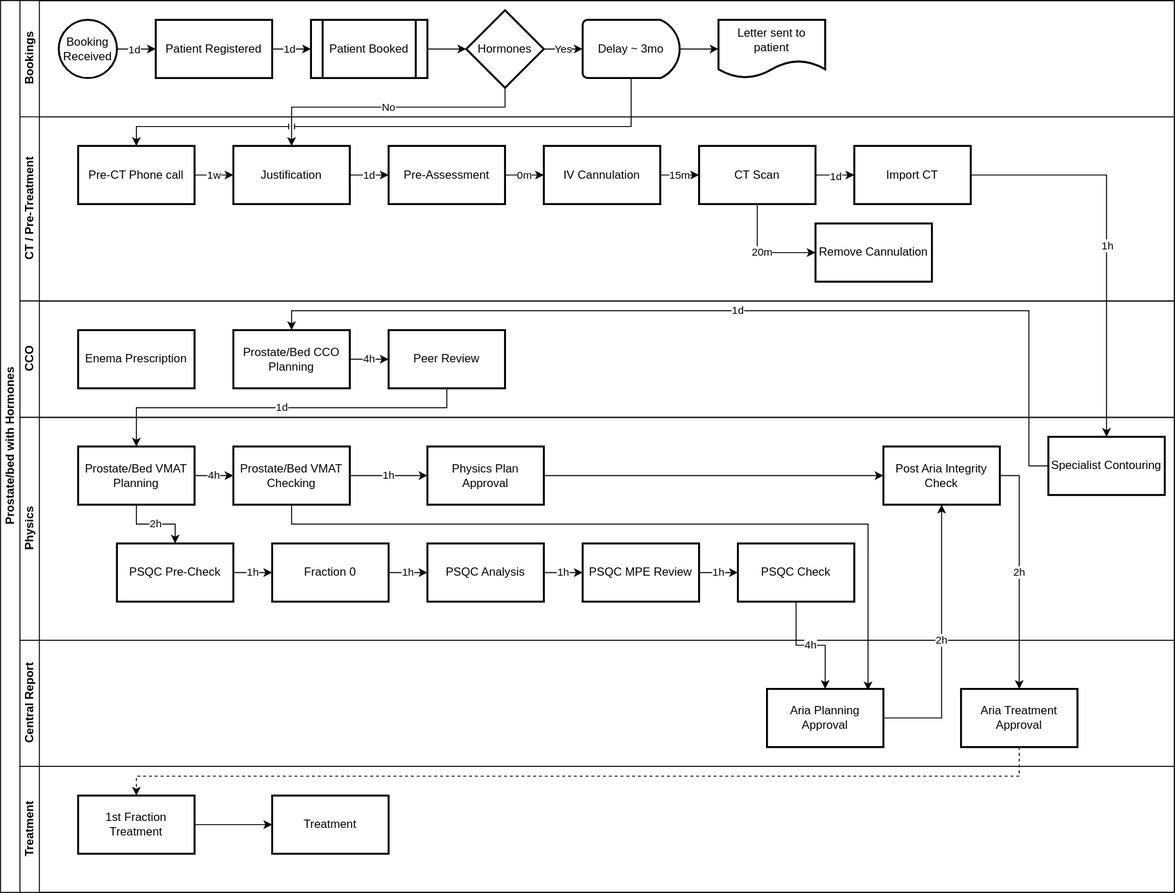
MCollins87/CarePathReview keeps this draw.io diagram as Assets/ProstateNodes_Hormone.svg. Above is the earlier version. Source tidied: cells renumbered, new cells last; positions are measured from the earlier drawing's top-left corner, leaving out a move shared by most shapes.
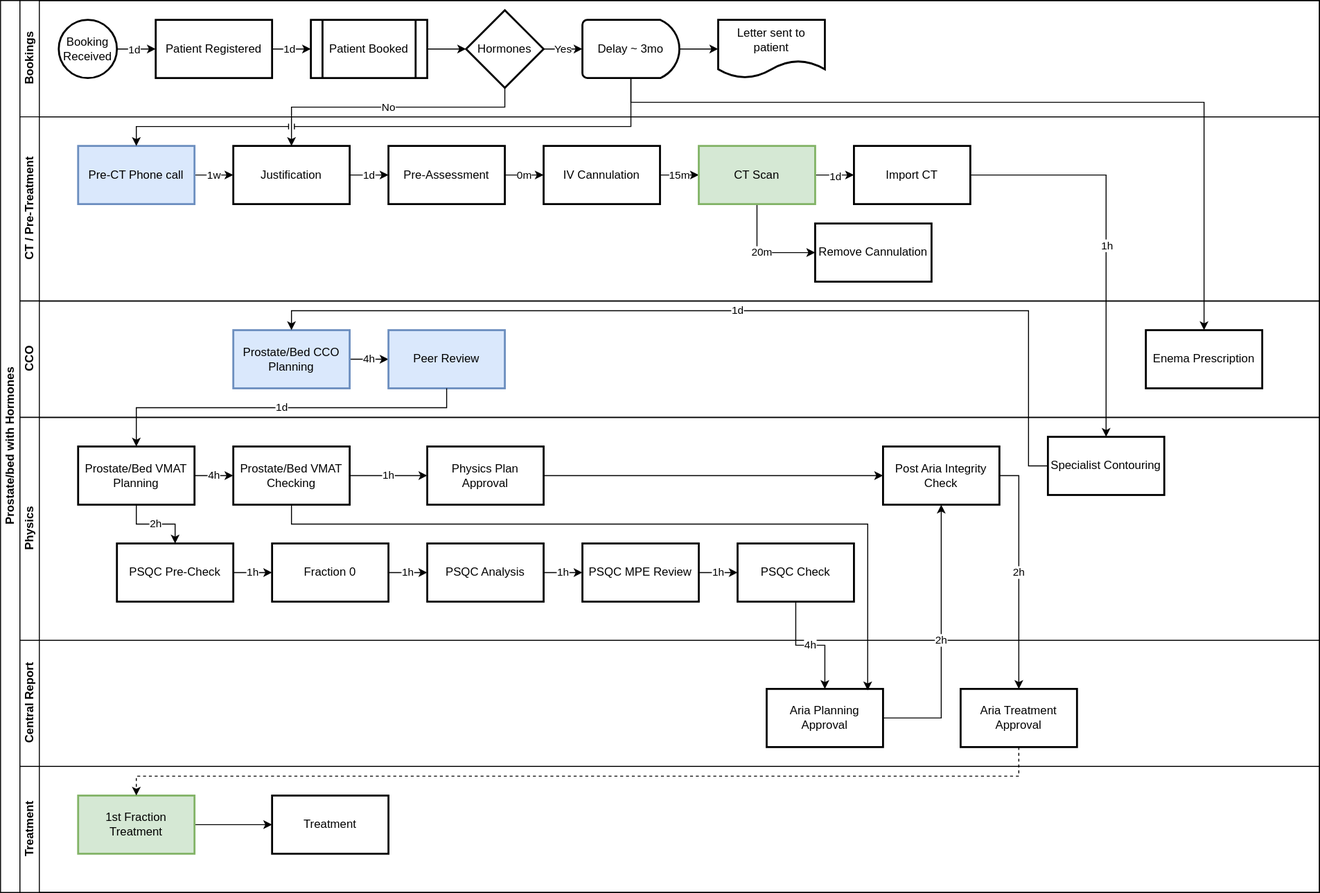
The same diagram one commit later.

The edit, as a diff of the source:
```diff
@@ -3,10 +3,10 @@
     <mxCell id="0" />
     <mxCell id="1" parent="0" />
     <mxCell id="2" value="Prostate/bed with Hormones" style="swimlane;html=1;horizontal=0;startSize=20;" parent="1" vertex="1">
-      <mxGeometry width="1210" height="920" as="geometry" />
+      <mxGeometry width="1360" height="920" as="geometry" />
     </mxCell>
     <mxCell id="3" value="Bookings" style="swimlane;html=1;startSize=20;horizontal=0;" parent="2" vertex="1">
-      <mxGeometry x="20" width="1190" height="120" as="geometry" />
+      <mxGeometry x="20" width="1340" height="120" as="geometry" />
     </mxCell>
     <mxCell id="4" style="edgeStyle=orthogonalEdgeStyle;rounded=0;jettySize=auto;html=1;" parent="3" edge="1" source="6" target="9">
       <mxGeometry relative="1" as="geometry" />
@@ -48,12 +48,12 @@
       <mxGeometry relative="1" as="geometry" />
     </mxCell>
     <mxCell id="17" value="CT / Pre-Treatment" style="swimlane;html=1;startSize=20;horizontal=0;" parent="2" vertex="1">
-      <mxGeometry x="20" y="120" width="1190" height="190" as="geometry" />
+      <mxGeometry x="20" y="120" width="1340" height="190" as="geometry" />
     </mxCell>
     <mxCell id="18" value="1w" style="edgeStyle=orthogonalEdgeStyle;rounded=0;jettySize=auto;html=1;" parent="17" edge="1" source="19" target="21">
       <mxGeometry relative="1" as="geometry" />
     </mxCell>
-    <mxCell id="19" value="Pre-CT Phone call" style="whiteSpace=wrap;html=1;strokeWidth=2;" parent="17" vertex="1">
+    <mxCell id="19" value="Pre-CT Phone call" style="whiteSpace=wrap;html=1;strokeWidth=2;fillColor=#dae8fc;strokeColor=#6c8ebf;" parent="17" vertex="1">
       <mxGeometry x="60" y="30" width="120" height="60" as="geometry" />
     </mxCell>
     <mxCell id="20" value="1d" style="edgeStyle=orthogonalEdgeStyle;rounded=0;jettySize=auto;html=1;" parent="17" edge="1" source="21" target="23">
@@ -77,7 +77,7 @@
     <mxCell id="26" value="20m" style="edgeStyle=orthogonalEdgeStyle;rounded=0;jettySize=auto;html=1;exitX=0.5;exitY=1;exitDx=0;exitDy=0;entryX=0;entryY=0.5;entryDx=0;entryDy=0;" parent="17" edge="1" source="27" target="31">
       <mxGeometry relative="1" as="geometry" />
     </mxCell>
-    <mxCell id="27" value="CT Scan" style="whiteSpace=wrap;html=1;strokeWidth=2;" parent="17" vertex="1">
+    <mxCell id="27" value="CT Scan" style="whiteSpace=wrap;html=1;strokeWidth=2;fillColor=#d5e8d4;strokeColor=#82b366;" parent="17" vertex="1">
       <mxGeometry x="700" y="30" width="120" height="60" as="geometry" />
     </mxCell>
     <mxCell id="28" value="Import CT" style="whiteSpace=wrap;html=1;strokeWidth=2;" parent="17" vertex="1">
@@ -93,22 +93,22 @@
       <mxGeometry x="820" y="110" width="120" height="60" as="geometry" />
     </mxCell>
     <mxCell id="32" value="CCO" style="swimlane;html=1;startSize=20;horizontal=0;" parent="2" vertex="1">
-      <mxGeometry x="20" y="310" width="1190" height="120" as="geometry" />
+      <mxGeometry x="20" y="310" width="1340" height="120" as="geometry" />
     </mxCell>
     <mxCell id="33" value="4h" style="edgeStyle=orthogonalEdgeStyle;rounded=0;jettySize=auto;html=1;" parent="32" edge="1" source="34" target="35">
       <mxGeometry relative="1" as="geometry" />
     </mxCell>
-    <mxCell id="34" value="Prostate/Bed CCO Planning" style="whiteSpace=wrap;html=1;strokeWidth=2;" parent="32" vertex="1">
+    <mxCell id="34" value="Prostate/Bed CCO Planning" style="whiteSpace=wrap;html=1;strokeWidth=2;fillColor=#dae8fc;strokeColor=#6c8ebf;" parent="32" vertex="1">
       <mxGeometry x="220" y="30" width="120" height="60" as="geometry" />
     </mxCell>
-    <mxCell id="35" value="Peer Review" style="whiteSpace=wrap;html=1;strokeWidth=2;" parent="32" vertex="1">
+    <mxCell id="35" value="Peer Review" style="whiteSpace=wrap;html=1;strokeWidth=2;fillColor=#dae8fc;strokeColor=#6c8ebf;" parent="32" vertex="1">
       <mxGeometry x="380" y="30" width="120" height="60" as="geometry" />
     </mxCell>
     <mxCell id="36" value="Enema Prescription" style="whiteSpace=wrap;html=1;strokeWidth=2;" parent="32" vertex="1">
-      <mxGeometry x="60" y="30" width="120" height="60" as="geometry" />
+      <mxGeometry x="1161" y="30" width="120" height="60" as="geometry" />
     </mxCell>
     <mxCell id="37" value="Physics" style="swimlane;html=1;startSize=20;horizontal=0;" parent="2" vertex="1">
-      <mxGeometry x="20" y="430" width="1190" height="230" as="geometry" />
+      <mxGeometry x="20" y="430" width="1340" height="230" as="geometry" />
     </mxCell>
     <mxCell id="38" value="4h" style="edgeStyle=orthogonalEdgeStyle;rounded=0;jettySize=auto;html=1;" parent="37" edge="1" source="40" target="42">
       <mxGeometry relative="1" as="geometry" />
@@ -165,7 +165,7 @@
       <mxGeometry x="1060" y="20" width="120" height="60" as="geometry" />
     </mxCell>
     <mxCell id="56" value="Central Report" style="swimlane;html=1;startSize=20;horizontal=0;" parent="2" vertex="1">
-      <mxGeometry x="20" y="660" width="1190" height="130" as="geometry" />
+      <mxGeometry x="20" y="660" width="1340" height="130" as="geometry" />
     </mxCell>
     <mxCell id="57" value="Aria Planning Approval" style="whiteSpace=wrap;html=1;strokeWidth=2;" parent="56" vertex="1">
       <mxGeometry x="770" y="50" width="120" height="60" as="geometry" />
@@ -174,12 +174,12 @@
       <mxGeometry x="970" y="50" width="120" height="60" as="geometry" />
     </mxCell>
     <mxCell id="59" value="Treatment" style="swimlane;html=1;startSize=20;horizontal=0;" parent="2" vertex="1">
-      <mxGeometry x="20" y="790" width="1190" height="130" as="geometry" />
+      <mxGeometry x="20" y="790" width="1340" height="130" as="geometry" />
     </mxCell>
     <mxCell id="60" style="edgeStyle=orthogonalEdgeStyle;rounded=0;jettySize=auto;html=1;" parent="59" edge="1" source="61" target="62">
       <mxGeometry relative="1" as="geometry" />
     </mxCell>
-    <mxCell id="61" value="1st Fraction Treatment" style="whiteSpace=wrap;html=1;strokeWidth=2;" parent="59" vertex="1">
+    <mxCell id="61" value="1st Fraction Treatment" style="whiteSpace=wrap;html=1;strokeWidth=2;fillColor=#d5e8d4;strokeColor=#82b366;" parent="59" vertex="1">
       <mxGeometry x="60" y="30" width="120" height="60" as="geometry" />
     </mxCell>
     <mxCell id="62" value="Treatment" style="whiteSpace=wrap;html=1;strokeWidth=2;" parent="59" vertex="1">
@@ -253,5 +253,13 @@
         </Array>
       </mxGeometry>
     </mxCell>
+    <mxCell id="74" style="edgeStyle=orthogonalEdgeStyle;rounded=0;jettySize=auto;html=1;exitX=0.5;exitY=1;exitDx=0;exitDy=0;exitPerimeter=0;entryX=0.5;entryY=0;entryDx=0;entryDy=0;" parent="2" edge="1" source="12" target="36">
+      <mxGeometry relative="1" as="geometry">
+        <Array as="points">
+          <mxPoint x="650" y="105" />
+          <mxPoint x="1241" y="105" />
+        </Array>
+      </mxGeometry>
+    </mxCell>
   </root>
 </mxGraphModel>
```
